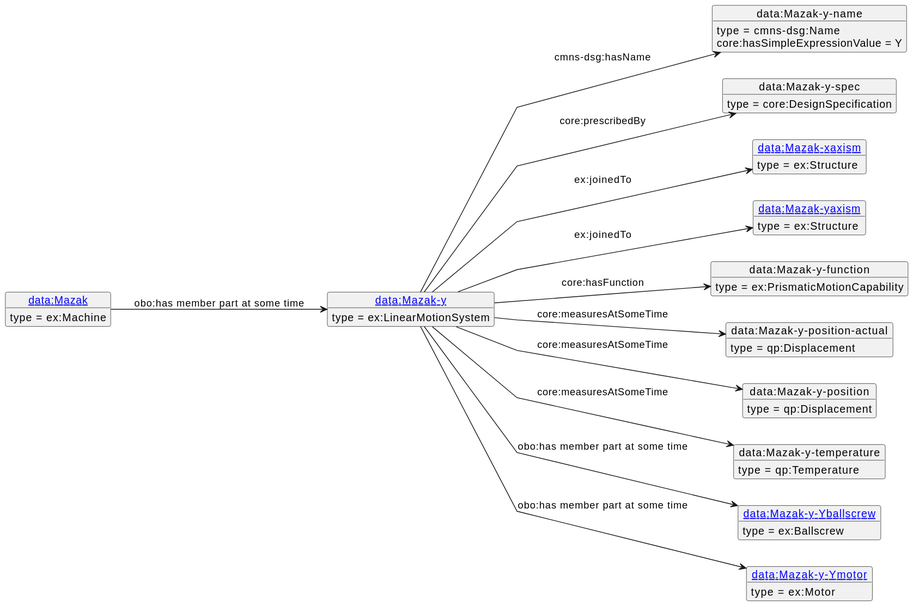
The PlantUML diagram diagrams/Mazak-y.svg in iofoundry/example-syseng-mtconnect, before a commit. Source of this version:
```plantuml
@startuml
skinparam linetype polyline
left to right direction
object "[[./Mazak-y.html data:Mazak-y]]" as o1 {
 type = ex:LinearMotionSystem
 }
object "data:Mazak-y-name" as o2 {
 type = cmns-dsg:Name
 }
object "data:Mazak-y-spec" as o3 {
 type = core:DesignSpecification
 }
object "[[./Mazak-xaxism.html data:Mazak-xaxism]]" as o4 {
 type = ex:Structure
 }
object "[[./Mazak-yaxism.html data:Mazak-yaxism]]" as o5 {
 type = ex:Structure
 }
object "data:Mazak-y-function" as o6 {
 type = ex:PrismaticMotionCapability
 }
object "data:Mazak-y-position-actual" as o7 {
 type = qp:Displacement
 }
object "data:Mazak-y-position" as o8 {
 type = qp:Displacement
 }
object "data:Mazak-y-temperature" as o9 {
 type = qp:Temperature
 }
object "[[./Mazak-y-Yballscrew.html data:Mazak-y-Yballscrew]]" as o10 {
 type = ex:Ballscrew
 }
object "[[./Mazak-y-Ymotor.html data:Mazak-y-Ymotor]]" as o11 {
 type = ex:Motor
 }
object "[[./Mazak.html data:Mazak]]" as o12 {
 type = ex:Machine
 }
o1 --> o2 : cmns-dsg:hasName
o2 : core:hasSimpleExpressionValue = Y
o1 --> o3 : core:prescribedBy
o1 --> o4 : ex:joinedTo
o1 --> o5 : ex:joinedTo
o1 --> o6 : core:hasFunction
o1 --> o7 : core:measuresAtSomeTime
o1 --> o8 : core:measuresAtSomeTime
o1 --> o9 : core:measuresAtSomeTime
o1 --> o10 : obo:has member part at some time
o1 --> o11 : obo:has member part at some time
o12 --> o1 : obo:has member part at some time
@enduml
```
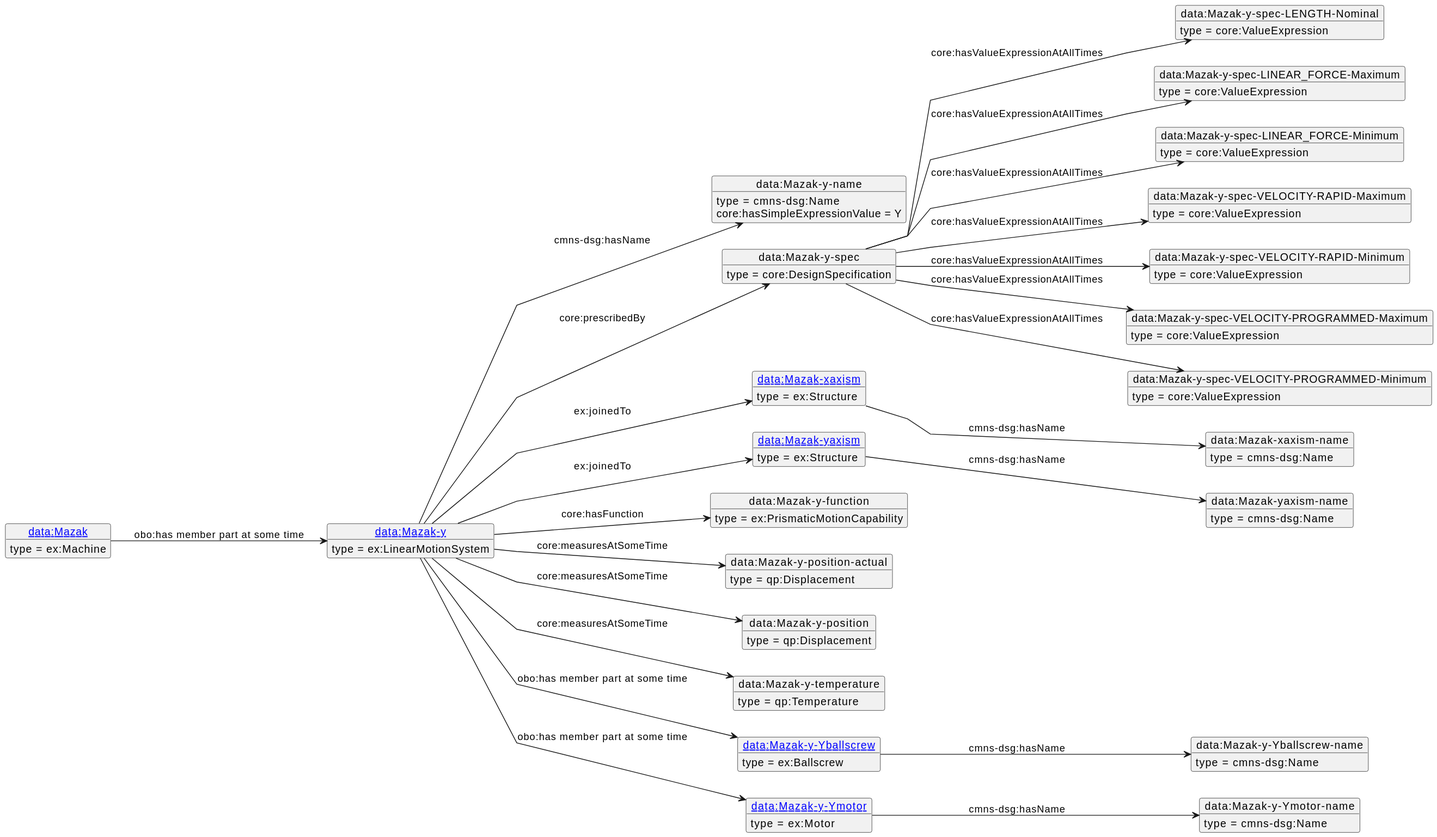
After the change.

What changed in the source:
```diff
@@ -10,43 +10,87 @@
 object "data:Mazak-y-spec" as o3 {
  type = core:DesignSpecification
  }
-object "[[./Mazak-xaxism.html data:Mazak-xaxism]]" as o4 {
+object "data:Mazak-y-spec-LENGTH-Nominal" as o4 {
+ type = core:ValueExpression
+ }
+object "data:Mazak-y-spec-LINEAR_FORCE-Maximum" as o5 {
+ type = core:ValueExpression
+ }
+object "data:Mazak-y-spec-LINEAR_FORCE-Minimum" as o6 {
+ type = core:ValueExpression
+ }
+object "data:Mazak-y-spec-VELOCITY-RAPID-Maximum" as o7 {
+ type = core:ValueExpression
+ }
+object "data:Mazak-y-spec-VELOCITY-RAPID-Minimum" as o8 {
+ type = core:ValueExpression
+ }
+object "data:Mazak-y-spec-VELOCITY-PROGRAMMED-Maximum" as o9 {
+ type = core:ValueExpression
+ }
+object "data:Mazak-y-spec-VELOCITY-PROGRAMMED-Minimum" as o10 {
+ type = core:ValueExpression
+ }
+object "[[./Mazak-xaxism.html data:Mazak-xaxism]]" as o11 {
  type = ex:Structure
  }
-object "[[./Mazak-yaxism.html data:Mazak-yaxism]]" as o5 {
+object "data:Mazak-xaxism-name" as o12 {
+ type = cmns-dsg:Name
+ }
+object "[[./Mazak-yaxism.html data:Mazak-yaxism]]" as o13 {
  type = ex:Structure
  }
-object "data:Mazak-y-function" as o6 {
+object "data:Mazak-yaxism-name" as o14 {
+ type = cmns-dsg:Name
+ }
+object "data:Mazak-y-function" as o15 {
  type = ex:PrismaticMotionCapability
  }
-object "data:Mazak-y-position-actual" as o7 {
+object "data:Mazak-y-position-actual" as o16 {
  type = qp:Displacement
  }
-object "data:Mazak-y-position" as o8 {
+object "data:Mazak-y-position" as o17 {
  type = qp:Displacement
  }
-object "data:Mazak-y-temperature" as o9 {
+object "data:Mazak-y-temperature" as o18 {
  type = qp:Temperature
  }
-object "[[./Mazak-y-Yballscrew.html data:Mazak-y-Yballscrew]]" as o10 {
+object "[[./Mazak-y-Yballscrew.html data:Mazak-y-Yballscrew]]" as o19 {
  type = ex:Ballscrew
  }
-object "[[./Mazak-y-Ymotor.html data:Mazak-y-Ymotor]]" as o11 {
+object "data:Mazak-y-Yballscrew-name" as o20 {
+ type = cmns-dsg:Name
+ }
+object "[[./Mazak-y-Ymotor.html data:Mazak-y-Ymotor]]" as o21 {
  type = ex:Motor
  }
-object "[[./Mazak.html data:Mazak]]" as o12 {
+object "data:Mazak-y-Ymotor-name" as o22 {
+ type = cmns-dsg:Name
+ }
+object "[[./Mazak.html data:Mazak]]" as o23 {
  type = ex:Machine
  }
 o1 --> o2 : cmns-dsg:hasName
 o2 : core:hasSimpleExpressionValue = Y
 o1 --> o3 : core:prescribedBy
-o1 --> o4 : ex:joinedTo
-o1 --> o5 : ex:joinedTo
-o1 --> o6 : core:hasFunction
-o1 --> o7 : core:measuresAtSomeTime
-o1 --> o8 : core:measuresAtSomeTime
-o1 --> o9 : core:measuresAtSomeTime
-o1 --> o10 : obo:has member part at some time
-o1 --> o11 : obo:has member part at some time
-o12 --> o1 : obo:has member part at some time
+o3 --> o4 : core:hasValueExpressionAtAllTimes
+o3 --> o5 : core:hasValueExpressionAtAllTimes
+o3 --> o6 : core:hasValueExpressionAtAllTimes
+o3 --> o7 : core:hasValueExpressionAtAllTimes
+o3 --> o8 : core:hasValueExpressionAtAllTimes
+o3 --> o9 : core:hasValueExpressionAtAllTimes
+o3 --> o10 : core:hasValueExpressionAtAllTimes
+o1 --> o11 : ex:joinedTo
+o11 --> o12 : cmns-dsg:hasName
+o1 --> o13 : ex:joinedTo
+o13 --> o14 : cmns-dsg:hasName
+o1 --> o15 : core:hasFunction
+o1 --> o16 : core:measuresAtSomeTime
+o1 --> o17 : core:measuresAtSomeTime
+o1 --> o18 : core:measuresAtSomeTime
+o1 --> o19 : obo:has member part at some time
+o19 --> o20 : cmns-dsg:hasName
+o1 --> o21 : obo:has member part at some time
+o21 --> o22 : cmns-dsg:hasName
+o23 --> o1 : obo:has member part at some time
 @enduml
```
